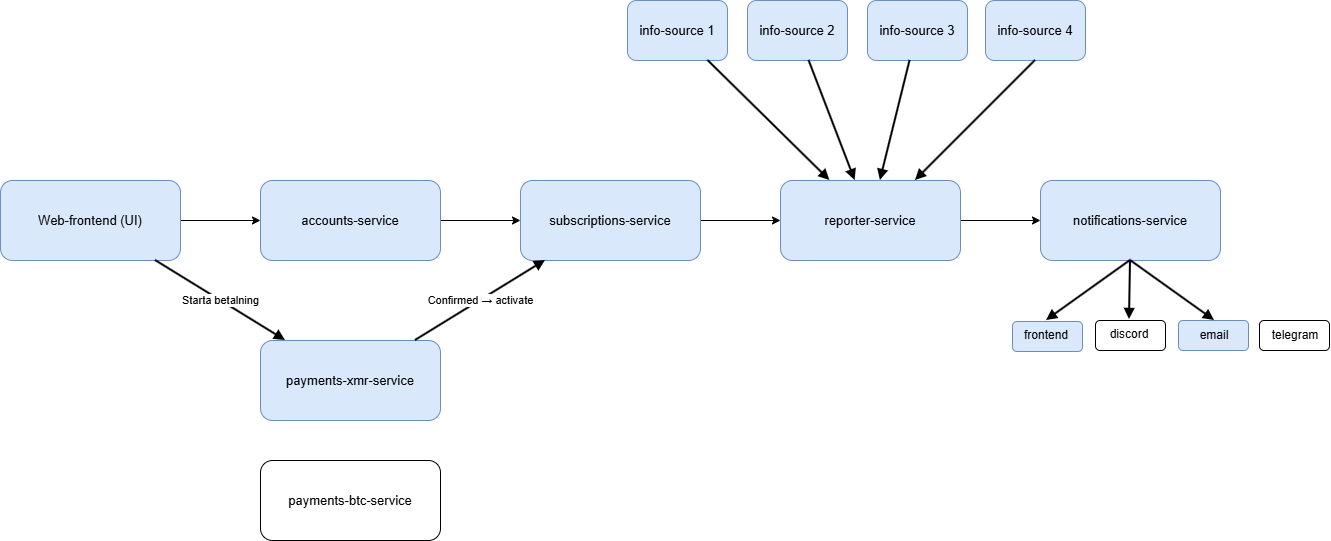
Above: docs/novareport-architecture.drawio.png in david-andreasson/novareport (draw.io), before the change. Source tidied: cells renumbered, new cells last; positions are measured from the earlier drawing's top-left corner, leaving out a move shared by most shapes.
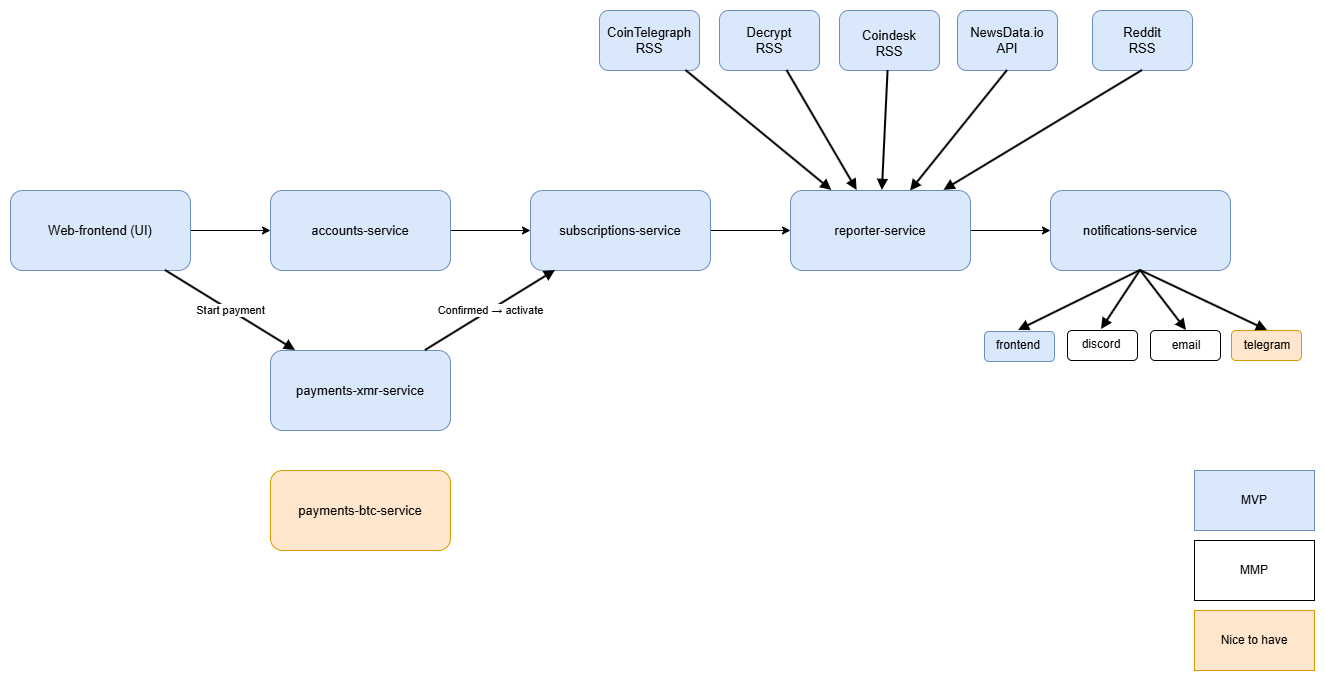
After the commit.

Commit message:
feat: update architecture diagram with specific news sources and priorities

- Added specific news sources (CoinTelegraph, Decrypt, Coindesk, NewsData.io, Reddit) replacing generic placeholders
- Added priority indicators (MVP, MMP, Nice to have) to clarify implementation phases
- Translated UI text from Swedish to English ("Starta betalning" → "Start payment")
- Enhanced .gitignore with comprehensive patterns for IDE, OS, and development artifacts
- Reorganized notification channels layout and styling

What changed in the source:
```diff
@@ -6,42 +6,42 @@
       <mxGeometry relative="1" as="geometry" />
     </mxCell>
     <mxCell id="3" value="Web-frontend (UI)" style="rounded=1;whiteSpace=wrap;html=1;fontSize=13;fillColor=#dae8fc;strokeColor=#6c8ebf;" parent="1" vertex="1">
-      <mxGeometry y="180" width="180" height="80" as="geometry" />
+      <mxGeometry x="38" y="180" width="180" height="80" as="geometry" />
     </mxCell>
     <mxCell id="4" style="edgeStyle=orthogonalEdgeStyle;rounded=0;jettySize=auto;html=1;" parent="1" edge="1" source="5" target="7">
       <mxGeometry relative="1" as="geometry" />
     </mxCell>
     <mxCell id="5" value="accounts-service" style="rounded=1;whiteSpace=wrap;html=1;fontSize=13;fillColor=#dae8fc;strokeColor=#6c8ebf;" parent="1" vertex="1">
-      <mxGeometry x="260" y="180" width="180" height="80" as="geometry" />
+      <mxGeometry x="298" y="180" width="180" height="80" as="geometry" />
     </mxCell>
     <mxCell id="6" style="edgeStyle=orthogonalEdgeStyle;rounded=0;jettySize=auto;html=1;" parent="1" edge="1" source="7" target="10">
       <mxGeometry relative="1" as="geometry" />
     </mxCell>
     <mxCell id="7" value="subscriptions-service" style="rounded=1;whiteSpace=wrap;html=1;fontSize=13;fillColor=#dae8fc;strokeColor=#6c8ebf;" parent="1" vertex="1">
-      <mxGeometry x="520" y="180" width="180" height="80" as="geometry" />
+      <mxGeometry x="558" y="180" width="180" height="80" as="geometry" />
     </mxCell>
     <mxCell id="8" value="payments-xmr-service" style="rounded=1;whiteSpace=wrap;html=1;fontSize=13;fillColor=#dae8fc;strokeColor=#6c8ebf;" parent="1" vertex="1">
-      <mxGeometry x="260" y="340" width="180" height="80" as="geometry" />
+      <mxGeometry x="298" y="340" width="180" height="80" as="geometry" />
     </mxCell>
     <mxCell id="9" style="edgeStyle=orthogonalEdgeStyle;rounded=0;jettySize=auto;html=1;" parent="1" edge="1" source="10" target="11">
       <mxGeometry relative="1" as="geometry" />
     </mxCell>
     <mxCell id="10" value="reporter-service" style="rounded=1;whiteSpace=wrap;html=1;fontSize=13;fillColor=#dae8fc;strokeColor=#6c8ebf;" parent="1" vertex="1">
-      <mxGeometry x="780" y="180" width="180" height="80" as="geometry" />
+      <mxGeometry x="818" y="180" width="180" height="80" as="geometry" />
     </mxCell>
     <mxCell id="11" value="notifications-service" style="rounded=1;whiteSpace=wrap;html=1;fontSize=13;fillColor=#dae8fc;strokeColor=#6c8ebf;" parent="1" vertex="1">
-      <mxGeometry x="1040" y="180" width="180" height="80" as="geometry" />
+      <mxGeometry x="1078" y="180" width="180" height="80" as="geometry" />
     </mxCell>
-    <mxCell id="12" value="info-source 1" style="rounded=1;whiteSpace=wrap;html=1;fontSize=13;fillColor=#dae8fc;strokeColor=#6c8ebf;" parent="1" vertex="1">
+    <mxCell id="12" value="CoinTelegraph RSS" style="rounded=1;whiteSpace=wrap;html=1;fontSize=13;fillColor=#dae8fc;strokeColor=#6c8ebf;" parent="1" vertex="1">
       <mxGeometry x="627" width="100" height="60" as="geometry" />
     </mxCell>
-    <mxCell id="13" value="info-source 2" style="rounded=1;whiteSpace=wrap;html=1;fontSize=13;fillColor=#dae8fc;strokeColor=#6c8ebf;" parent="1" vertex="1">
+    <mxCell id="13" value="Decrypt&lt;br&gt;RSS" style="rounded=1;whiteSpace=wrap;html=1;fontSize=13;fillColor=#dae8fc;strokeColor=#6c8ebf;" parent="1" vertex="1">
       <mxGeometry x="747" width="100" height="60" as="geometry" />
     </mxCell>
-    <mxCell id="14" value="info-source&lt;span style=&quot;background-color: transparent; color: light-dark(rgb(0, 0, 0), rgb(255, 255, 255));&quot;&gt;&amp;nbsp;3&lt;/span&gt;" style="rounded=1;whiteSpace=wrap;html=1;fontSize=13;fillColor=#dae8fc;strokeColor=#6c8ebf;" parent="1" vertex="1">
+    <mxCell id="14" value="&lt;table&gt;&lt;tbody&gt;&lt;tr&gt;&lt;td&gt;&lt;/td&gt;&lt;/tr&gt;&lt;/tbody&gt;&lt;/table&gt;&lt;table&gt;&lt;tbody&gt;&lt;tr&gt;&lt;td&gt;Coindesk&lt;br&gt;RSS&lt;br&gt;&lt;/td&gt;&lt;/tr&gt;&lt;/tbody&gt;&lt;/table&gt;" style="rounded=1;whiteSpace=wrap;html=1;fontSize=13;fillColor=#dae8fc;strokeColor=#6c8ebf;" parent="1" vertex="1">
       <mxGeometry x="867" width="100" height="60" as="geometry" />
     </mxCell>
-    <mxCell id="15" value="Starta betalning" style="endArrow=block;html=1;strokeWidth=2;strokeColor=#000000;fontSize=11;" parent="1" edge="1" source="3" target="8">
+    <mxCell id="15" value="Start payment" style="endArrow=block;html=1;strokeWidth=2;strokeColor=#000000;fontSize=11;" parent="1" edge="1" source="3" target="8">
       <mxGeometry as="geometry" />
     </mxCell>
     <mxCell id="16" value="Confirmed → activate" style="endArrow=block;html=1;strokeWidth=2;strokeColor=#000000;fontSize=11;" parent="1" edge="1" source="8" target="7">
@@ -56,16 +56,16 @@
     <mxCell id="19" style="endArrow=block;html=1;strokeWidth=2;strokeColor=#000000;fontSize=11;" parent="1" edge="1" source="14" target="10">
       <mxGeometry as="geometry" />
     </mxCell>
-    <mxCell id="20" value="info-source&lt;span style=&quot;background-color: transparent; color: light-dark(rgb(0, 0, 0), rgb(255, 255, 255));&quot;&gt;&amp;nbsp;4&lt;/span&gt;" style="rounded=1;whiteSpace=wrap;html=1;fontSize=13;fillColor=#dae8fc;strokeColor=#6c8ebf;" parent="1" vertex="1">
+    <mxCell id="20" value="NewsData.io&lt;br&gt;API" style="rounded=1;whiteSpace=wrap;html=1;fontSize=13;fillColor=#dae8fc;strokeColor=#6c8ebf;" parent="1" vertex="1">
       <mxGeometry x="985" width="100" height="60" as="geometry" />
     </mxCell>
-    <mxCell id="21" style="endArrow=block;html=1;strokeWidth=2;strokeColor=#000000;fontSize=11;entryX=0.75;entryY=0;entryDx=0;entryDy=0;exitX=0.5;exitY=1;exitDx=0;exitDy=0;" parent="1" edge="1" source="20" target="10">
+    <mxCell id="21" style="endArrow=block;html=1;strokeWidth=2;strokeColor=#000000;fontSize=11;entryX=0.667;entryY=0.007;entryDx=0;entryDy=0;exitX=0.5;exitY=1;exitDx=0;exitDy=0;entryPerimeter=0;" parent="1" edge="1" source="20" target="10">
       <mxGeometry as="geometry" />
     </mxCell>
     <mxCell id="22" style="rounded=1;whiteSpace=wrap;html=1;" parent="1" vertex="1">
       <mxGeometry x="1095" y="320" width="70" height="30" as="geometry" />
     </mxCell>
-    <mxCell id="23" style="rounded=1;whiteSpace=wrap;html=1;fillColor=#dae8fc;strokeColor=#6c8ebf;" parent="1" vertex="1">
+    <mxCell id="23" style="rounded=1;whiteSpace=wrap;html=1;" parent="1" vertex="1">
       <mxGeometry x="1178" y="320" width="70" height="30" as="geometry" />
     </mxCell>
     <mxCell id="24" value="discord" style="text;html=1;whiteSpace=wrap;strokeColor=none;fillColor=none;align=center;verticalAlign=middle;rounded=0;" parent="1" vertex="1">
@@ -89,14 +89,32 @@
     <mxCell id="30" style="endArrow=block;html=1;strokeWidth=2;strokeColor=#000000;fontSize=11;entryX=0.5;entryY=0;entryDx=0;entryDy=0;exitX=0.5;exitY=1;exitDx=0;exitDy=0;" parent="1" edge="1" source="11" target="25">
       <mxGeometry as="geometry" />
     </mxCell>
-    <mxCell id="31" value="payments-btc-service" style="rounded=1;whiteSpace=wrap;html=1;fontSize=13;" parent="1" vertex="1">
-      <mxGeometry x="260" y="460" width="180" height="80" as="geometry" />
+    <mxCell id="31" value="payments-btc-service" style="rounded=1;whiteSpace=wrap;html=1;fontSize=13;fillColor=#ffe6cc;strokeColor=#d79b00;" parent="1" vertex="1">
+      <mxGeometry x="298" y="460" width="180" height="80" as="geometry" />
     </mxCell>
-    <mxCell id="32" style="rounded=1;whiteSpace=wrap;html=1;" parent="1" vertex="1">
+    <mxCell id="32" style="rounded=1;whiteSpace=wrap;html=1;fillColor=#ffe6cc;strokeColor=#d79b00;" parent="1" vertex="1">
       <mxGeometry x="1259" y="320" width="70" height="30" as="geometry" />
     </mxCell>
     <mxCell id="33" value="telegram" style="text;html=1;whiteSpace=wrap;strokeColor=none;fillColor=none;align=center;verticalAlign=middle;rounded=0;" parent="1" vertex="1">
       <mxGeometry x="1265" y="320" width="60" height="30" as="geometry" />
     </mxCell>
+    <mxCell id="34" value="Reddit&lt;br&gt;RSS" style="rounded=1;whiteSpace=wrap;html=1;fontSize=13;fillColor=#dae8fc;strokeColor=#6c8ebf;" parent="1" vertex="1">
+      <mxGeometry x="1120" width="100" height="60" as="geometry" />
+    </mxCell>
+    <mxCell id="35" style="endArrow=block;html=1;strokeWidth=2;strokeColor=#000000;fontSize=11;entryX=0.853;entryY=-0.002;entryDx=0;entryDy=0;exitX=0.5;exitY=1;exitDx=0;exitDy=0;entryPerimeter=0;" parent="1" edge="1" source="34" target="10">
+      <mxGeometry as="geometry" />
+    </mxCell>
+    <mxCell id="36" value="MVP" style="rounded=0;whiteSpace=wrap;html=1;fillColor=#dae8fc;strokeColor=#6c8ebf;imageWidth=24;imageHeight=24;" parent="1" vertex="1">
+      <mxGeometry x="1222" y="460" width="120" height="60" as="geometry" />
+    </mxCell>
+    <mxCell id="37" value="MMP" style="rounded=0;whiteSpace=wrap;html=1;" parent="1" vertex="1">
+      <mxGeometry x="1222" y="530" width="120" height="60" as="geometry" />
+    </mxCell>
+    <mxCell id="38" value="Nice to have" style="rounded=0;whiteSpace=wrap;html=1;fillColor=#ffe6cc;strokeColor=#d79b00;" parent="1" vertex="1">
+      <mxGeometry x="1222" y="600" width="120" height="60" as="geometry" />
+    </mxCell>
+    <mxCell id="39" style="endArrow=block;html=1;strokeWidth=2;strokeColor=#000000;fontSize=11;exitX=0.5;exitY=1;exitDx=0;exitDy=0;entryX=0.5;entryY=0;entryDx=0;entryDy=0;" parent="1" edge="1" source="11" target="33">
+      <mxGeometry as="geometry" />
+    </mxCell>
   </root>
 </mxGraphModel>
```
